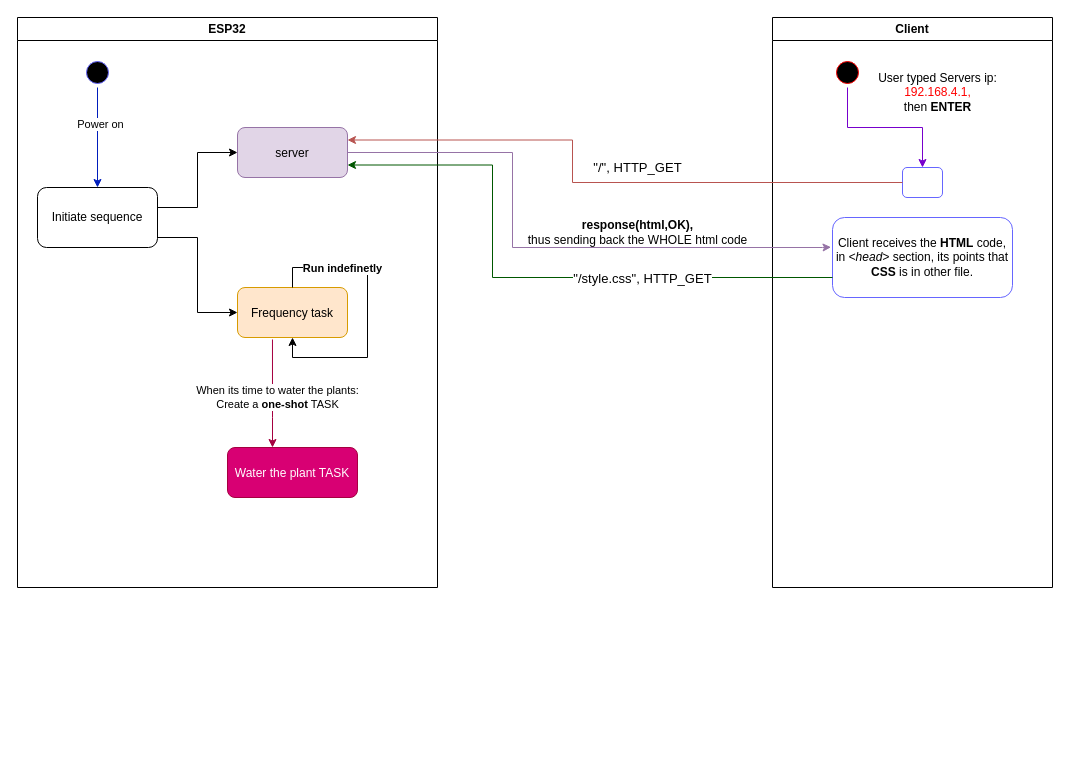
This is Untitled Diagram.drawio from GalBrandwine/SmartWateringSystem, a draw.io file, before an edit. Source tidied: cells renumbered, new cells numbered last; positions are measured from the earlier drawing's top-left corner, leaving out a move shared by most shapes. Both pictures are drawn from the tidied source at 100%, with x=0, y=0 at pixel (17, 17).
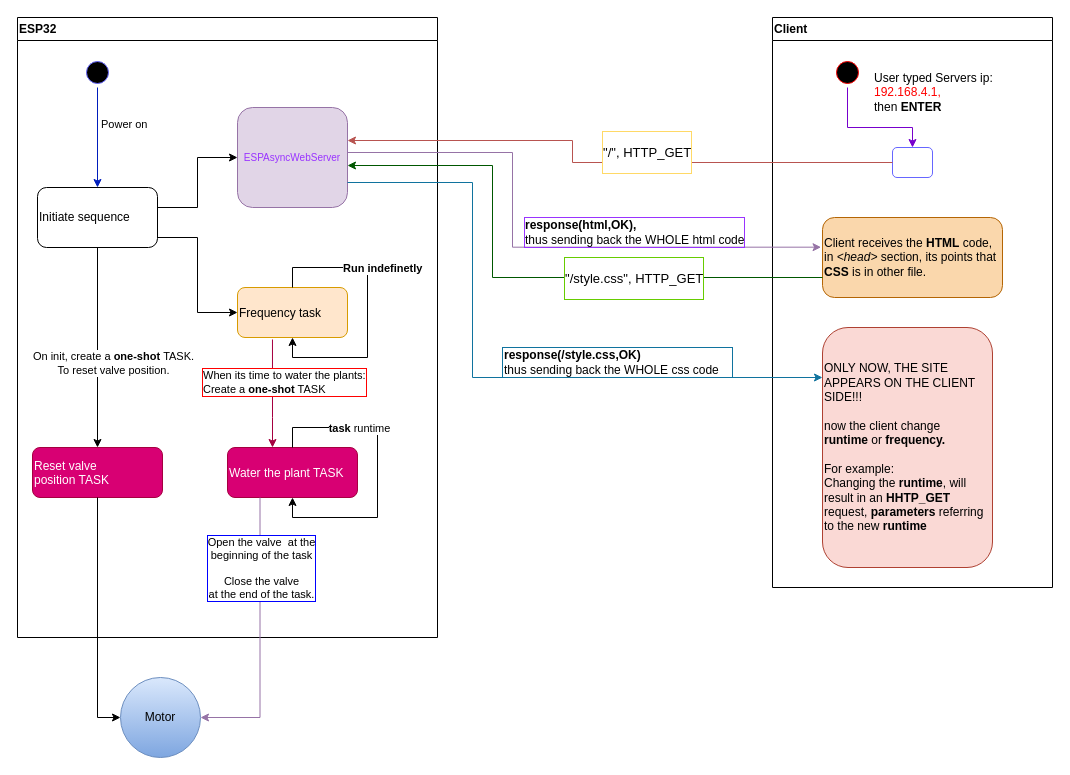
Above is the later version.

Diff of the diagram source:
```diff
@@
-    <mxCell id="2" value="ESP32" style="swimlane;whiteSpace=wrap;startSize=23;" parent="1" vertex="1">
-      <mxGeometry width="420" height="570" as="geometry" />
+    <mxCell id="2" value="ESP32" style="swimlane;whiteSpace=wrap;startSize=23;align=left;" parent="1" vertex="1">
+      <mxGeometry width="420" height="620" as="geometry" />
     </mxCell>
-    <mxCell id="3" value="server" style="fillColor=#e1d5e7;strokeColor=#9673a6;rounded=1;" parent="2" vertex="1">
-      <mxGeometry x="220" y="110" width="110" height="50" as="geometry" />
+    <mxCell id="3" value="ESPAsyncWebServer" style="fillColor=#e1d5e7;strokeColor=#9673a6;rounded=1;align=center;fontSize=10;fontColor=#9933FF;" parent="2" vertex="1">
+      <mxGeometry x="220" y="90" width="110" height="100" as="geometry" />
     </mxCell>
-    <mxCell id="4" style="edgeStyle=orthogonalEdgeStyle;rounded=0;jettySize=auto;html=1;exitX=0.318;exitY=1.04;exitDx=0;exitDy=0;exitPerimeter=0;fillColor=#d80073;strokeColor=#A50040;" parent="2" edge="1" source="6" target="7">
+    <mxCell id="4" style="edgeStyle=orthogonalEdgeStyle;rounded=0;jettySize=auto;html=1;exitX=0.318;exitY=1.04;exitDx=0;exitDy=0;exitPerimeter=0;fillColor=#d80073;strokeColor=#A50040;align=left;" parent="2" edge="1" source="6" target="7">
       <mxGeometry relative="1" as="geometry">
         <Array as="points">
           <mxPoint x="255" y="400" />
           <mxPoint x="255" y="400" />
         </Array>
       </mxGeometry>
     </mxCell>
-    <mxCell id="5" value="When its time to water the plants:&lt;br&gt;Create a &lt;b&gt;one-shot&lt;/b&gt; TASK" style="edgeLabel;html=1;align=center;verticalAlign=middle;" parent="4" vertex="1">
+    <mxCell id="5" value="When its time to water the plants:&lt;br&gt;Create a &lt;b&gt;one-shot&lt;/b&gt; TASK" style="edgeLabel;html=1;align=left;verticalAlign=middle;labelBorderColor=#FF0000;" parent="4" vertex="1">
       <mxGeometry x="-0.2" y="2" relative="1" as="geometry">
-        <mxPoint x="3" y="15" as="offset" />
+        <mxPoint x="-74" as="offset" />
       </mxGeometry>
     </mxCell>
-    <mxCell id="6" value="Frequency task" style="fillColor=#ffe6cc;strokeColor=#d79b00;rounded=1;" parent="2" vertex="1">
+    <mxCell id="6" value="Frequency task" style="fillColor=#ffe6cc;strokeColor=#d79b00;rounded=1;align=left;" parent="2" vertex="1">
       <mxGeometry x="220" y="270" width="110" height="50" as="geometry" />
     </mxCell>
-    <mxCell id="7" value="Water the plant TASK" style="fillColor=#d80073;strokeColor=#A50040;fontColor=#ffffff;rounded=1;" parent="2" vertex="1">
+    <mxCell id="7" value="Water the plant TASK" style="fillColor=#d80073;strokeColor=#A50040;fontColor=#ffffff;rounded=1;align=left;" parent="2" vertex="1">
       <mxGeometry x="210" y="430" width="130" height="50" as="geometry" />
     </mxCell>
-    <mxCell id="8" style="edgeStyle=orthogonalEdgeStyle;rounded=0;orthogonalLoop=1;jettySize=auto;html=1;entryX=0.5;entryY=1;entryDx=0;entryDy=0;" parent="2" edge="1" source="6" target="6">
+    <mxCell id="8" style="edgeStyle=orthogonalEdgeStyle;rounded=0;orthogonalLoop=1;jettySize=auto;html=1;entryX=0.5;entryY=1;entryDx=0;entryDy=0;align=left;" parent="2" edge="1" source="6" target="6">
       <mxGeometry relative="1" as="geometry" />
     </mxCell>
-    <mxCell id="9" value="&lt;b&gt;Run indefinetly&lt;/b&gt;" style="edgeLabel;html=1;align=center;verticalAlign=middle;" parent="8" vertex="1">
+    <mxCell id="9" value="&lt;b&gt;Run indefinetly&lt;/b&gt;" style="edgeLabel;html=1;align=left;verticalAlign=middle;" parent="8" vertex="1">
       <mxGeometry x="-0.51" relative="1" as="geometry" />
     </mxCell>
-    <mxCell id="10" style="edgeStyle=orthogonalEdgeStyle;rounded=0;jettySize=auto;html=1;entryX=0;entryY=0.5;entryDx=0;entryDy=0;" parent="2" edge="1" source="12" target="3">
+    <mxCell id="10" style="edgeStyle=orthogonalEdgeStyle;rounded=0;jettySize=auto;html=1;entryX=0;entryY=0.5;entryDx=0;entryDy=0;align=left;" parent="2" edge="1" source="12" target="3">
       <mxGeometry relative="1" as="geometry">
         <Array as="points">
           <mxPoint x="180" y="190" />
-          <mxPoint x="180" y="135" />
+          <mxPoint x="180" y="140" />
         </Array>
       </mxGeometry>
     </mxCell>
-    <mxCell id="11" style="edgeStyle=orthogonalEdgeStyle;rounded=0;jettySize=auto;html=1;entryX=0;entryY=0.5;entryDx=0;entryDy=0;" parent="2" edge="1" source="12" target="6">
+    <mxCell id="11" style="edgeStyle=orthogonalEdgeStyle;rounded=0;jettySize=auto;html=1;entryX=0;entryY=0.5;entryDx=0;entryDy=0;align=left;" parent="2" edge="1" source="12" target="6">
       <mxGeometry relative="1" as="geometry">
         <Array as="points">
           <mxPoint x="180" y="220" />
           <mxPoint x="180" y="295" />
         </Array>
       </mxGeometry>
     </mxCell>
-    <mxCell id="12" value="Initiate sequence" style="rounded=1;whiteSpace=wrap;html=1;" parent="2" vertex="1">
+    <mxCell id="12" value="Initiate sequence" style="rounded=1;whiteSpace=wrap;html=1;align=left;" parent="2" vertex="1">
       <mxGeometry x="20" y="170" width="120" height="60" as="geometry" />
     </mxCell>
-    <mxCell id="13" style="edgeStyle=orthogonalEdgeStyle;rounded=0;jettySize=auto;html=1;fillColor=#0050ef;strokeColor=#001DBC;" parent="2" edge="1" source="15" target="12">
+    <mxCell id="13" style="edgeStyle=orthogonalEdgeStyle;rounded=0;jettySize=auto;html=1;fillColor=#0050ef;strokeColor=#001DBC;align=left;" parent="2" edge="1" source="15" target="12">
       <mxGeometry relative="1" as="geometry" />
     </mxCell>
-    <mxCell id="14" value="Power on" style="edgeLabel;html=1;align=center;verticalAlign=middle;" parent="13" vertex="1">
+    <mxCell id="14" value="Power on" style="edgeLabel;html=1;align=left;verticalAlign=middle;" parent="13" vertex="1">
       <mxGeometry x="-0.28" y="2" relative="1" as="geometry" />
     </mxCell>
-    <mxCell id="15" style="ellipse;shape=startState;fillColor=#000000;strokeColor=#6666FF;" parent="2" vertex="1">
+    <mxCell id="15" style="ellipse;shape=startState;fillColor=#000000;strokeColor=#6666FF;align=left;" parent="2" vertex="1">
       <mxGeometry x="65" y="40" width="30" height="30" as="geometry" />
     </mxCell>
+    <mxCell id="28" style="edgeStyle=orthogonalEdgeStyle;rounded=0;orthogonalLoop=1;jettySize=auto;html=1;entryX=0.5;entryY=1;entryDx=0;entryDy=0;align=left;" parent="2" edge="1" source="7" target="7">
+      <mxGeometry relative="1" as="geometry" />
+    </mxCell>
+    <mxCell id="29" value="&lt;b&gt;task &lt;/b&gt;runtime" style="edgeLabel;html=1;align=center;verticalAlign=middle;" parent="28" vertex="1">
+      <mxGeometry x="-0.43" relative="1" as="geometry" />
+    </mxCell>
+    <mxCell id="30" value="Reset valve &#10;position TASK" style="fillColor=#d80073;strokeColor=#A50040;fontColor=#ffffff;rounded=1;align=left;" parent="2" vertex="1">
+      <mxGeometry x="15" y="430" width="130" height="50" as="geometry" />
+    </mxCell>
+    <mxCell id="31" style="edgeStyle=orthogonalEdgeStyle;rounded=0;jettySize=auto;html=1;align=left;" parent="2" edge="1" source="12" target="30">
+      <mxGeometry relative="1" as="geometry" />
+    </mxCell>
+    <mxCell id="32" value="&lt;span style=&quot;text-align: left&quot;&gt;On init, c&lt;/span&gt;&lt;span style=&quot;text-align: left&quot;&gt;reate a&amp;nbsp;&lt;/span&gt;&lt;b style=&quot;text-align: left&quot;&gt;one-shot&lt;/b&gt;&lt;span style=&quot;text-align: left&quot;&gt;&amp;nbsp;TASK.&lt;br&gt;To reset valve position.&lt;br&gt;&lt;/span&gt;" style="edgeLabel;html=1;align=center;verticalAlign=middle;" parent="31" vertex="1">
+      <mxGeometry x="-0.25" y="1" relative="1" as="geometry">
+        <mxPoint x="14" y="40" as="offset" />
+      </mxGeometry>
+    </mxCell>
-    <mxCell id="16" value="Client" style="swimlane;whiteSpace=wrap;" parent="1" vertex="1">
+    <mxCell id="16" value="Client" style="swimlane;whiteSpace=wrap;align=left;" parent="1" vertex="1">
       <mxGeometry x="755" width="280" height="570" as="geometry" />
     </mxCell>
-    <mxCell id="17" style="edgeStyle=orthogonalEdgeStyle;rounded=0;jettySize=auto;html=1;entryX=0.5;entryY=0;entryDx=0;entryDy=0;fillColor=#aa00ff;strokeColor=#7700CC;" parent="16" edge="1" source="18" target="19">
+    <mxCell id="17" style="edgeStyle=orthogonalEdgeStyle;rounded=0;jettySize=auto;html=1;entryX=0.5;entryY=0;entryDx=0;entryDy=0;fillColor=#aa00ff;strokeColor=#7700CC;align=left;" parent="16" edge="1" source="18" target="19">
       <mxGeometry relative="1" as="geometry">
         <Array as="points">
           <mxPoint x="75" y="110" />
-          <mxPoint x="150" y="110" />
+          <mxPoint x="140" y="110" />
         </Array>
       </mxGeometry>
     </mxCell>
-    <mxCell id="18" style="ellipse;shape=startState;fillColor=#000000;strokeColor=#ff0000;" parent="16" vertex="1">
+    <mxCell id="18" style="ellipse;shape=startState;fillColor=#000000;strokeColor=#ff0000;align=left;" parent="16" vertex="1">
       <mxGeometry x="60" y="40" width="30" height="30" as="geometry" />
     </mxCell>
-    <mxCell id="19" style="rounded=1;whiteSpace=wrap;html=1;strokeColor=#6666FF;" parent="16" vertex="1">
-      <mxGeometry x="130" y="150" width="40" height="30" as="geometry" />
+    <mxCell id="19" style="rounded=1;whiteSpace=wrap;html=1;strokeColor=#6666FF;align=left;" parent="16" vertex="1">
+      <mxGeometry x="120" y="130" width="40" height="30" as="geometry" />
     </mxCell>
-    <mxCell id="20" value="User typed Servers ip: &lt;br&gt;&lt;font color=&quot;#ff0000&quot;&gt;192.168.4.1, &lt;/font&gt;&lt;br&gt;then &lt;b&gt;ENTER&lt;/b&gt;" style="text;html=1;align=center;verticalAlign=middle;" parent="16" vertex="1">
+    <mxCell id="20" value="User typed Servers ip: &lt;br&gt;&lt;font color=&quot;#ff0000&quot;&gt;192.168.4.1, &lt;/font&gt;&lt;br&gt;then &lt;b&gt;ENTER&lt;/b&gt;" style="text;html=1;align=left;verticalAlign=middle;" parent="16" vertex="1">
       <mxGeometry x="100" y="50" width="130" height="50" as="geometry" />
     </mxCell>
-    <mxCell id="21" value="Client receives the &lt;b&gt;HTML&lt;/b&gt; code,&lt;br&gt;in &lt;i&gt;&amp;lt;head&amp;gt;&lt;/i&gt; section, its points that &lt;b&gt;CSS&lt;/b&gt; is in other file." style="rounded=1;whiteSpace=wrap;html=1;strokeColor=#6666FF;" parent="16" vertex="1">
-      <mxGeometry x="60" y="200" width="180" height="80" as="geometry" />
+    <mxCell id="21" value="Client receives the &lt;b&gt;HTML&lt;/b&gt; code,&lt;br&gt;in &lt;i&gt;&amp;lt;head&amp;gt;&lt;/i&gt; section, its points that &lt;b&gt;CSS&lt;/b&gt; is in other file." style="rounded=1;whiteSpace=wrap;html=1;strokeColor=#b46504;align=left;fillColor=#fad7ac;" parent="16" vertex="1">
+      <mxGeometry x="50" y="200" width="180" height="80" as="geometry" />
     </mxCell>
+    <mxCell id="33" value="ONLY NOW, THE SITE APPEARS ON THE CLIENT SIDE!!!&lt;br&gt;&lt;br&gt;now the client change &lt;b&gt;runtime&lt;/b&gt;&amp;nbsp;or &lt;b&gt;frequency.&lt;/b&gt;&lt;br&gt;&lt;br&gt;For example:&lt;br&gt;Changing the &lt;b&gt;runtime&lt;/b&gt;, will result in an &lt;b&gt;HHTP_GET &lt;/b&gt;request,&amp;nbsp;&lt;b&gt;parameters&lt;/b&gt;&amp;nbsp;referring to the new &lt;b&gt;runtime&lt;/b&gt;" style="rounded=1;whiteSpace=wrap;html=1;strokeColor=#ae4132;align=left;fillColor=#fad9d5;" parent="16" vertex="1">
+      <mxGeometry x="50" y="310" width="170" height="240" as="geometry" />
+    </mxCell>
-    <mxCell id="22" style="edgeStyle=orthogonalEdgeStyle;rounded=0;jettySize=auto;html=1;exitX=0;exitY=0.5;exitDx=0;exitDy=0;fillColor=#f8cecc;strokeColor=#b85450;entryX=1;entryY=0.25;entryDx=0;entryDy=0;" parent="1" edge="1" source="19" target="3">
+    <mxCell id="22" style="edgeStyle=orthogonalEdgeStyle;rounded=0;jettySize=auto;html=1;exitX=0;exitY=0.5;exitDx=0;exitDy=0;fillColor=#f8cecc;strokeColor=#b85450;align=left;" parent="1" edge="1" source="19">
       <mxGeometry relative="1" as="geometry">
+        <mxPoint x="330" y="123" as="targetPoint" />
         <Array as="points">
-          <mxPoint x="555" y="165" />
+          <mxPoint x="555" y="145" />
           <mxPoint x="555" y="123" />
         </Array>
       </mxGeometry>
     </mxCell>
-    <mxCell id="23" value="&lt;pre style=&quot;font-family: &amp;#34;jetbrains mono&amp;#34; ; font-size: 9.8pt&quot;&gt;&quot;/&quot;, HTTP_GET&lt;/pre&gt;" style="text;html=1;align=center;verticalAlign=middle;" parent="1" vertex="1">
-      <mxGeometry x="570" y="125" width="100" height="50" as="geometry" />
+    <mxCell id="23" value="&lt;pre style=&quot;font-family: &amp;quot;jetbrains mono&amp;quot; ; font-size: 9.8pt&quot;&gt;&quot;/&quot;, HTTP_GET&lt;/pre&gt;" style="text;html=1;align=left;verticalAlign=middle;labelBackgroundColor=#ffffff;labelBorderColor=#FFD966;" parent="1" vertex="1">
+      <mxGeometry x="583" y="110" width="100" height="50" as="geometry" />
     </mxCell>
-    <mxCell id="24" style="edgeStyle=orthogonalEdgeStyle;rounded=0;jettySize=auto;html=1;fillColor=#e1d5e7;strokeColor=#9673a6;exitX=1;exitY=0.5;exitDx=0;exitDy=0;entryX=-0.008;entryY=0.371;entryDx=0;entryDy=0;entryPerimeter=0;" parent="1" edge="1" source="3" target="21">
+    <mxCell id="24" style="edgeStyle=orthogonalEdgeStyle;rounded=0;jettySize=auto;html=1;fillColor=#e1d5e7;strokeColor=#9673a6;exitX=1;exitY=0.5;exitDx=0;exitDy=0;entryX=-0.008;entryY=0.371;entryDx=0;entryDy=0;entryPerimeter=0;align=left;" parent="1" edge="1" source="3" target="21">
       <mxGeometry relative="1" as="geometry">
         <Array as="points">
           <mxPoint x="495" y="135" />
           <mxPoint x="495" y="230" />
-          <mxPoint x="805" y="230" />
         </Array>
       </mxGeometry>
     </mxCell>
-    <mxCell id="25" value="&lt;b&gt;response(html,OK),&lt;/b&gt; &lt;br&gt;thus sending back the WHOLE html code" style="text;html=1;align=center;verticalAlign=middle;" parent="1" vertex="1">
+    <mxCell id="25" value="&lt;b&gt;response(html,OK),&lt;/b&gt; &lt;br&gt;thus sending back the WHOLE html code" style="text;html=1;align=left;verticalAlign=middle;labelBorderColor=#9933FF;" parent="1" vertex="1">
       <mxGeometry x="505" y="200" width="230" height="30" as="geometry" />
     </mxCell>
-    <mxCell id="26" style="edgeStyle=orthogonalEdgeStyle;rounded=0;jettySize=auto;html=1;entryX=1;entryY=0.75;entryDx=0;entryDy=0;fillColor=#008a00;strokeColor=#005700;exitX=0;exitY=0.75;exitDx=0;exitDy=0;" parent="1" edge="1" source="21" target="3">
+    <mxCell id="26" style="edgeStyle=orthogonalEdgeStyle;rounded=0;jettySize=auto;html=1;fillColor=#008a00;strokeColor=#005700;exitX=0;exitY=0.75;exitDx=0;exitDy=0;align=left;" parent="1" edge="1" source="21">
       <mxGeometry relative="1" as="geometry">
+        <mxPoint x="330" y="148" as="targetPoint" />
         <Array as="points">
           <mxPoint x="475" y="260" />
           <mxPoint x="475" y="148" />
         </Array>
       </mxGeometry>
     </mxCell>
-    <mxCell id="27" value="&lt;pre style=&quot;font-family: &amp;#34;jetbrains mono&amp;#34; ; font-size: 9.8pt&quot;&gt;&lt;span&gt;&quot;/style.css&quot;&lt;/span&gt;, HTTP_GET&lt;/pre&gt;" style="edgeLabel;html=1;align=center;verticalAlign=middle;" parent="26" vertex="1">
+    <mxCell id="27" value="&lt;pre style=&quot;font-family: &amp;quot;jetbrains mono&amp;quot; ; font-size: 9.8pt&quot;&gt;&lt;span&gt;&quot;/style.css&quot;&lt;/span&gt;, HTTP_GET&lt;/pre&gt;" style="edgeLabel;html=1;align=left;verticalAlign=middle;labelBackgroundColor=#ffffff;labelBorderColor=#66CC00;" parent="26" vertex="1">
       <mxGeometry x="-0.46" y="-1" relative="1" as="geometry">
-        <mxPoint x="-29.2" y="1" as="offset" />
+        <mxPoint x="-102.5" y="1" as="offset" />
       </mxGeometry>
     </mxCell>
+    <mxCell id="34" style="edgeStyle=orthogonalEdgeStyle;rounded=0;jettySize=auto;html=1;exitX=1;exitY=0.75;exitDx=0;exitDy=0;fillColor=#b1ddf0;strokeColor=#10739e;align=left;" parent="1" edge="1" source="3">
+      <mxGeometry relative="1" as="geometry">
+        <mxPoint x="805" y="360" as="targetPoint" />
+        <Array as="points">
+          <mxPoint x="455" y="165" />
+          <mxPoint x="455" y="360" />
+        </Array>
+      </mxGeometry>
+    </mxCell>
+    <mxCell id="35" value="&lt;b&gt;response(/style.css,OK)&lt;/b&gt;&lt;br&gt;thus sending back the WHOLE css code" style="text;html=1;align=left;verticalAlign=middle;labelBorderColor=none;labelBackgroundColor=#ffffff;fillColor=none;strokeColor=#10739e;" parent="1" vertex="1">
+      <mxGeometry x="485" y="330" width="230" height="30" as="geometry" />
+    </mxCell>
+    <mxCell id="36" value="Motor" style="ellipse;whiteSpace=wrap;html=1;rounded=1;labelBackgroundColor=none;strokeColor=#6c8ebf;fillColor=#dae8fc;align=center;gradientColor=#7ea6e0;" parent="1" vertex="1">
+      <mxGeometry x="103" y="660" width="80" height="80" as="geometry" />
+    </mxCell>
+    <mxCell id="37" style="edgeStyle=orthogonalEdgeStyle;rounded=0;jettySize=auto;html=1;exitX=0.25;exitY=1;exitDx=0;exitDy=0;align=left;labelBorderColor=none;fillColor=#e1d5e7;strokeColor=#9673a6;" parent="1" edge="1" source="7" target="36">
+      <mxGeometry relative="1" as="geometry">
+        <Array as="points">
+          <mxPoint x="243" y="700" />
+        </Array>
+      </mxGeometry>
+    </mxCell>
+    <mxCell id="38" value="Open the valve&amp;nbsp; at the &lt;br&gt;beginning of the task&lt;br&gt;&lt;br&gt;Close the valve&lt;br&gt;at the end of the task." style="edgeLabel;html=1;align=center;verticalAlign=middle;labelBorderColor=#0000FF;" parent="37" vertex="1">
+      <mxGeometry x="-0.38" y="3" relative="1" as="geometry">
+        <mxPoint x="-2.5" y="-16.7" as="offset" />
+      </mxGeometry>
+    </mxCell>
+    <mxCell id="39" style="edgeStyle=orthogonalEdgeStyle;rounded=0;jettySize=auto;html=1;entryX=0;entryY=0.5;entryDx=0;entryDy=0;align=left;exitX=0.5;exitY=1;exitDx=0;exitDy=0;" parent="1" edge="1" source="30" target="36">
+      <mxGeometry relative="1" as="geometry" />
+    </mxCell>
```
